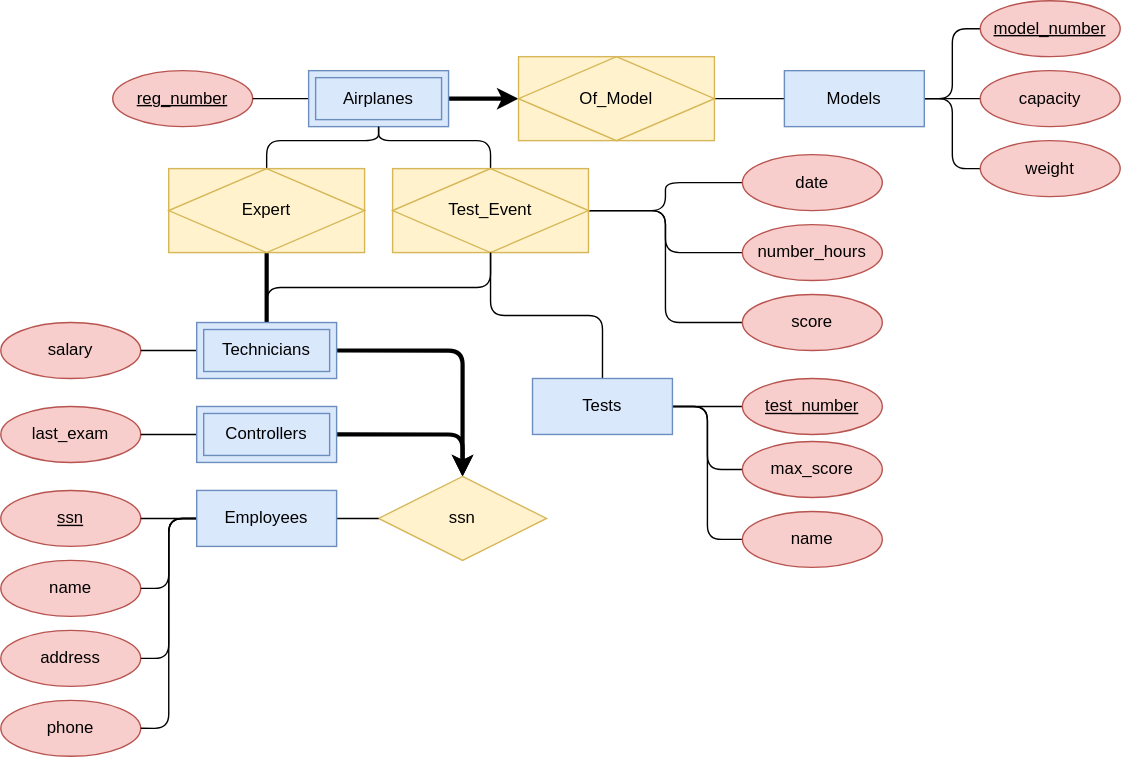
eamonniknafs/sample-SQL-schemas keeps this draw.io diagram as AirportBase/ER.svg. Above is the earlier version. Source tidied: cells renumbered, new cells last; positions are measured from the earlier drawing's top-left corner, leaving out a move shared by most shapes.
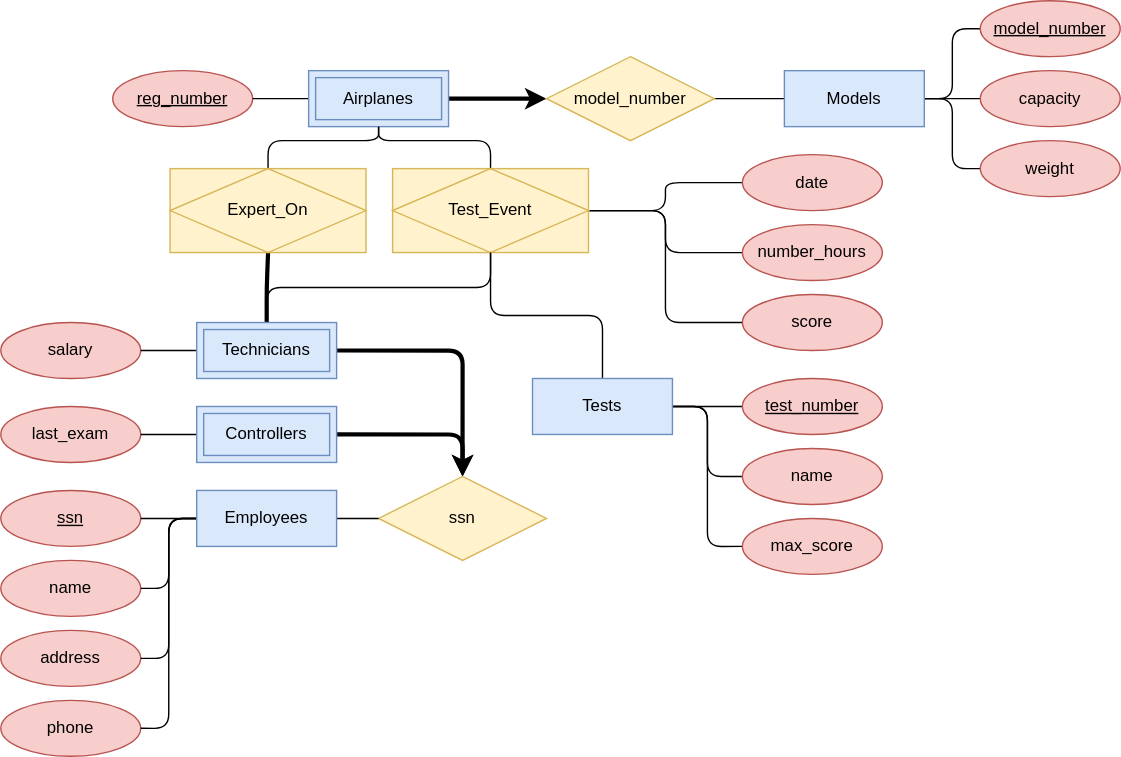
The same diagram one commit later.

Commit message:
Update ER to match schema

Change to the diagram source:
```diff
@@ -8,13 +8,13 @@
     <mxCell id="3" style="edgeStyle=orthogonalEdgeStyle;shape=connector;rounded=1;jettySize=auto;html=1;exitX=0;exitY=0.5;exitDx=0;exitDy=0;entryX=1;entryY=0.5;entryDx=0;entryDy=0;labelBackgroundColor=default;fontFamily=Helvetica;fontSize=12;fontColor=default;endArrow=none;endFill=0;strokeColor=default;" parent="1" edge="1" source="5" target="2">
       <mxGeometry relative="1" as="geometry" />
     </mxCell>
-    <mxCell id="4" style="edgeStyle=orthogonalEdgeStyle;rounded=1;jettySize=auto;html=1;exitX=1;exitY=0.5;exitDx=0;exitDy=0;entryX=0;entryY=0.5;entryDx=0;entryDy=0;labelBackgroundColor=default;fontFamily=Helvetica;fontSize=12;fontColor=default;endArrow=classic;endFill=1;strokeColor=default;strokeWidth=3;startArrow=none;startFill=0;" parent="1" edge="1" source="5" target="11">
+    <mxCell id="4" style="edgeStyle=orthogonalEdgeStyle;rounded=1;jettySize=auto;html=1;exitX=1;exitY=0.5;exitDx=0;exitDy=0;entryX=0;entryY=0.5;entryDx=0;entryDy=0;labelBackgroundColor=default;fontFamily=Helvetica;fontSize=12;fontColor=default;endArrow=classic;endFill=1;strokeColor=default;strokeWidth=3;startArrow=none;startFill=0;" parent="1" edge="1" source="5" target="54">
       <mxGeometry relative="1" as="geometry" />
     </mxCell>
     <mxCell id="5" value="Airplanes" style="shape=ext;margin=3;double=1;whiteSpace=wrap;html=1;align=center;fontFamily=Helvetica;fontSize=12;strokeColor=#6c8ebf;fillColor=#dae8fc;" parent="1" vertex="1">
       <mxGeometry x="220" y="50" width="100" height="40" as="geometry" />
     </mxCell>
-    <mxCell id="6" style="edgeStyle=orthogonalEdgeStyle;shape=connector;rounded=1;jettySize=auto;html=1;exitX=0;exitY=0.5;exitDx=0;exitDy=0;entryX=1;entryY=0.5;entryDx=0;entryDy=0;labelBackgroundColor=default;fontFamily=Helvetica;fontSize=12;fontColor=default;endArrow=none;endFill=0;strokeColor=default;" parent="1" edge="1" source="10" target="11">
+    <mxCell id="6" style="edgeStyle=orthogonalEdgeStyle;shape=connector;rounded=1;jettySize=auto;html=1;exitX=0;exitY=0.5;exitDx=0;exitDy=0;entryX=1;entryY=0.5;entryDx=0;entryDy=0;labelBackgroundColor=default;fontFamily=Helvetica;fontSize=12;fontColor=default;endArrow=none;endFill=0;strokeColor=default;" parent="1" edge="1" source="10" target="54">
       <mxGeometry relative="1" as="geometry" />
     </mxCell>
     <mxCell id="7" style="edgeStyle=orthogonalEdgeStyle;shape=connector;rounded=1;jettySize=auto;html=1;exitX=1;exitY=0.5;exitDx=0;exitDy=0;entryX=0;entryY=0.5;entryDx=0;entryDy=0;labelBackgroundColor=default;fontFamily=Helvetica;fontSize=12;fontColor=default;endArrow=none;endFill=0;strokeColor=default;" parent="1" edge="1" source="10" target="14">
@@ -29,9 +29,6 @@
     <mxCell id="10" value="Models" style="whiteSpace=wrap;html=1;align=center;fontFamily=Helvetica;fontSize=12;strokeColor=#6c8ebf;fillColor=#dae8fc;" parent="1" vertex="1">
       <mxGeometry x="560" y="50" width="100" height="40" as="geometry" />
     </mxCell>
-    <mxCell id="11" value="Of_Model" style="shape=associativeEntity;whiteSpace=wrap;html=1;align=center;fontFamily=Helvetica;fontSize=12;strokeColor=#d6b656;fillColor=#fff2cc;" parent="1" vertex="1">
-      <mxGeometry x="370" y="40" width="140" height="60" as="geometry" />
-    </mxCell>
     <mxCell id="12" value="capacity" style="ellipse;whiteSpace=wrap;html=1;align=center;fontFamily=Helvetica;fontSize=12;fontColor=default;strokeColor=#b85450;fillColor=#f8cecc;" parent="1" vertex="1">
       <mxGeometry x="700" y="50" width="100" height="40" as="geometry" />
     </mxCell>
@@ -47,8 +44,8 @@
     <mxCell id="16" style="edgeStyle=orthogonalEdgeStyle;rounded=1;jettySize=auto;html=1;exitX=0.5;exitY=0;exitDx=0;exitDy=0;entryX=0.5;entryY=1;entryDx=0;entryDy=0;labelBackgroundColor=default;fontFamily=Helvetica;fontSize=12;fontColor=default;startArrow=none;startFill=0;endArrow=none;endFill=0;strokeColor=default;strokeWidth=1;" parent="1" edge="1" source="17" target="5">
       <mxGeometry relative="1" as="geometry" />
     </mxCell>
-    <mxCell id="17" value="Expert" style="shape=associativeEntity;whiteSpace=wrap;html=1;align=center;fontFamily=Helvetica;fontSize=12;strokeColor=#d6b656;fillColor=#fff2cc;" parent="1" vertex="1">
-      <mxGeometry x="120" y="120" width="140" height="60" as="geometry" />
+    <mxCell id="17" value="Expert_On" style="shape=associativeEntity;whiteSpace=wrap;html=1;align=center;fontFamily=Helvetica;fontSize=12;strokeColor=#d6b656;fillColor=#fff2cc;" parent="1" vertex="1">
+      <mxGeometry x="121" y="120" width="140" height="60" as="geometry" />
     </mxCell>
     <mxCell id="18" style="edgeStyle=orthogonalEdgeStyle;rounded=1;jettySize=auto;html=1;exitX=0.5;exitY=0;exitDx=0;exitDy=0;entryX=0.5;entryY=1;entryDx=0;entryDy=0;labelBackgroundColor=default;fontFamily=Helvetica;fontSize=12;fontColor=default;startArrow=none;startFill=0;endArrow=none;endFill=0;strokeColor=default;strokeWidth=1;" parent="1" edge="1" source="23" target="5">
       <mxGeometry relative="1" as="geometry" />
@@ -104,11 +101,11 @@
     <mxCell id="35" value="test_number" style="ellipse;whiteSpace=wrap;html=1;align=center;fontStyle=4;fontFamily=Helvetica;fontSize=12;fontColor=default;strokeColor=#b85450;fillColor=#f8cecc;" parent="1" vertex="1">
       <mxGeometry x="530" y="270" width="100" height="40" as="geometry" />
     </mxCell>
-    <mxCell id="36" value="name" style="ellipse;whiteSpace=wrap;html=1;align=center;fontFamily=Helvetica;fontSize=12;fontColor=default;strokeColor=#b85450;fillColor=#f8cecc;" parent="1" vertex="1">
-      <mxGeometry x="530" y="365" width="100" height="40" as="geometry" />
+    <mxCell id="36" value="max_score" style="ellipse;whiteSpace=wrap;html=1;align=center;fontFamily=Helvetica;fontSize=12;fontColor=default;strokeColor=#b85450;fillColor=#f8cecc;" parent="1" vertex="1">
+      <mxGeometry x="530" y="370" width="100" height="40" as="geometry" />
     </mxCell>
-    <mxCell id="37" value="max_score" style="ellipse;whiteSpace=wrap;html=1;align=center;fontFamily=Helvetica;fontSize=12;fontColor=default;strokeColor=#b85450;fillColor=#f8cecc;" parent="1" vertex="1">
-      <mxGeometry x="530" y="315" width="100" height="40" as="geometry" />
+    <mxCell id="37" value="name" style="ellipse;whiteSpace=wrap;html=1;align=center;fontFamily=Helvetica;fontSize=12;fontColor=default;strokeColor=#b85450;fillColor=#f8cecc;" parent="1" vertex="1">
+      <mxGeometry x="530" y="320" width="100" height="40" as="geometry" />
     </mxCell>
     <mxCell id="38" value="date" style="ellipse;whiteSpace=wrap;html=1;align=center;fontFamily=Helvetica;fontSize=12;fontColor=default;strokeColor=#b85450;fillColor=#f8cecc;gradientColor=none;" parent="1" vertex="1">
       <mxGeometry x="530" y="110" width="100" height="40" as="geometry" />
@@ -158,5 +155,8 @@
     <mxCell id="53" value="Controllers" style="shape=ext;margin=3;double=1;whiteSpace=wrap;html=1;align=center;fontFamily=Helvetica;fontSize=12;strokeColor=#6c8ebf;fillColor=#dae8fc;" parent="1" vertex="1">
       <mxGeometry x="140" y="290" width="100" height="40" as="geometry" />
     </mxCell>
+    <mxCell id="54" value="model_number" style="shape=rhombus;perimeter=rhombusPerimeter;whiteSpace=wrap;html=1;align=center;fontFamily=Helvetica;fontSize=12;strokeColor=#d6b656;fillColor=#fff2cc;" parent="1" vertex="1">
+      <mxGeometry x="390" y="40" width="120" height="60" as="geometry" />
+    </mxCell>
   </root>
 </mxGraphModel>
```
